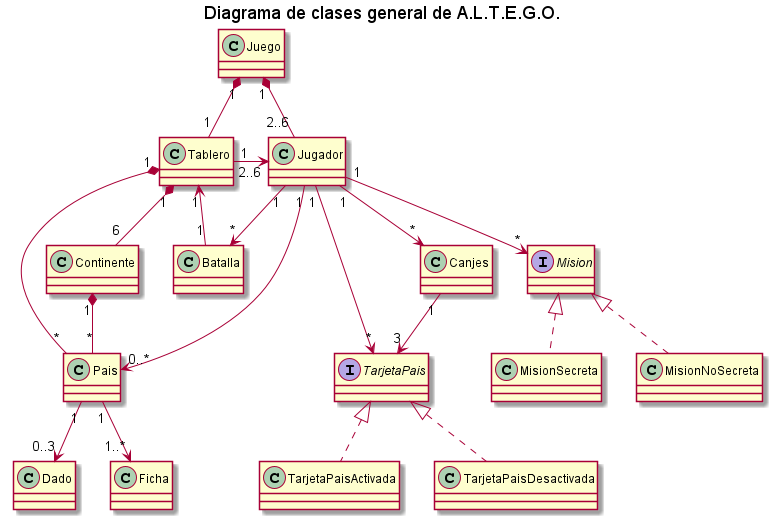
This is diagramas/Diagrama de clases general de A.L.T.E.G.O..png from daniela41149/algo3_tp2, a PlantUML export, as it was before one commit.
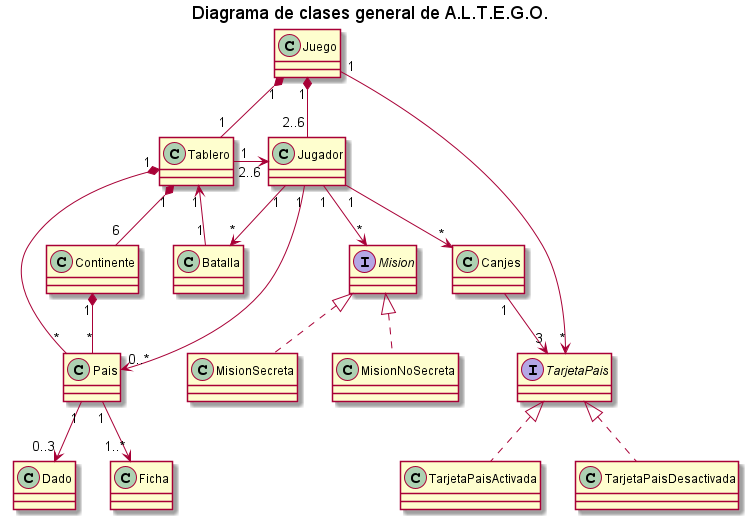
After the commit.

Change to the diagram source:
```diff
@@ -83,7 +83,7 @@
 Jugador "1" --> "*" Mision
 Mision <|.. MisionSecreta
 Mision <|.. MisionNoSecreta
-Jugador "1" --> "*" TarjetaPais
+Juego "1" --> "*" TarjetaPais
 TarjetaPais <|.. TarjetaPaisActivada
 TarjetaPais <|.. TarjetaPaisDesactivada
 Tablero "1" <-- "1" Batalla
```
